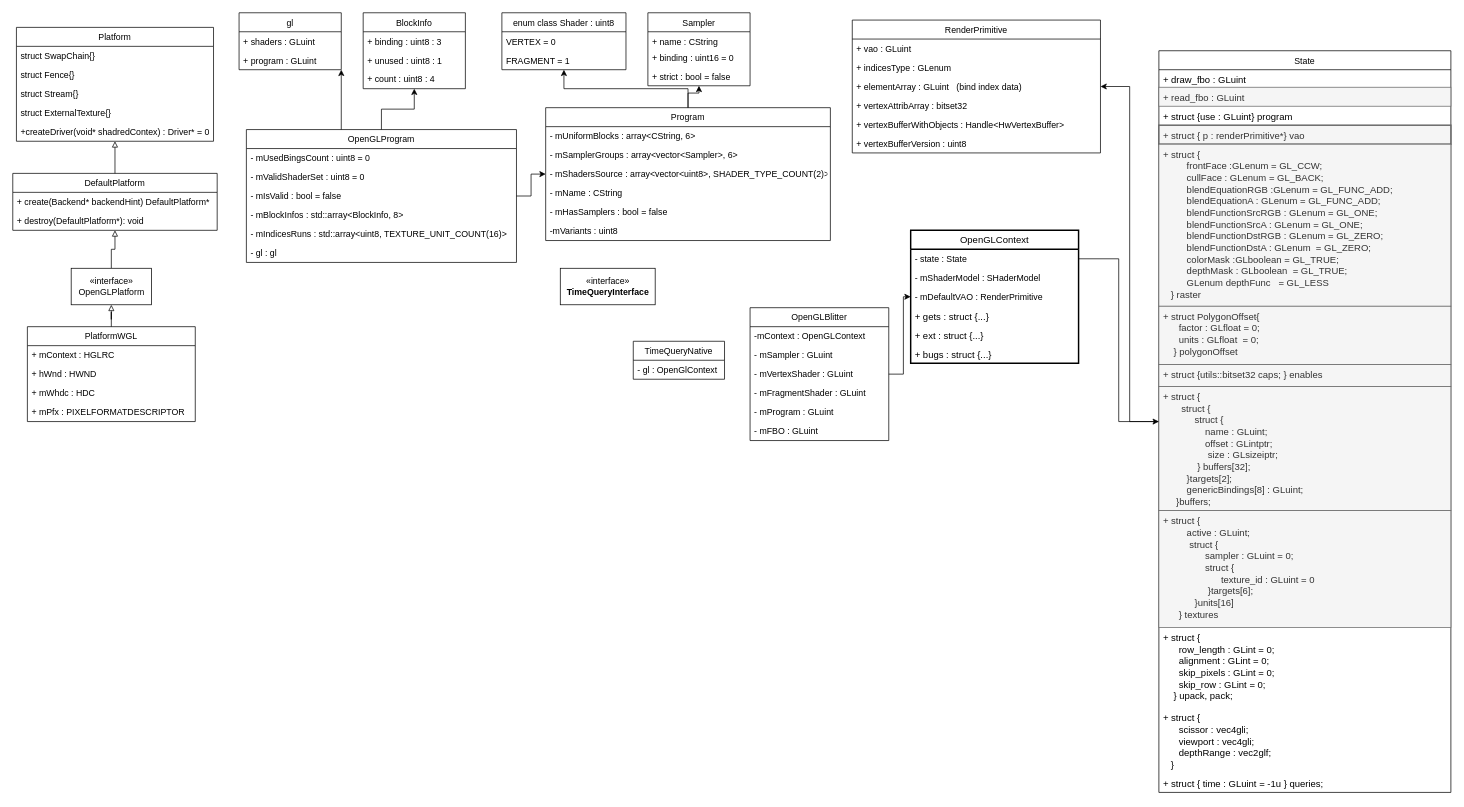
The draw.io diagram UMLGraph/driver.drawio in liangshiweigithub/update, before the edit. Source tidied: cells renumbered, new cells numbered last; positions are measured from the earlier drawing's top-left corner, leaving out a move shared by most shapes. Both pictures are drawn from the tidied source at 73%, with x=0, y=0 at pixel (12, 12).
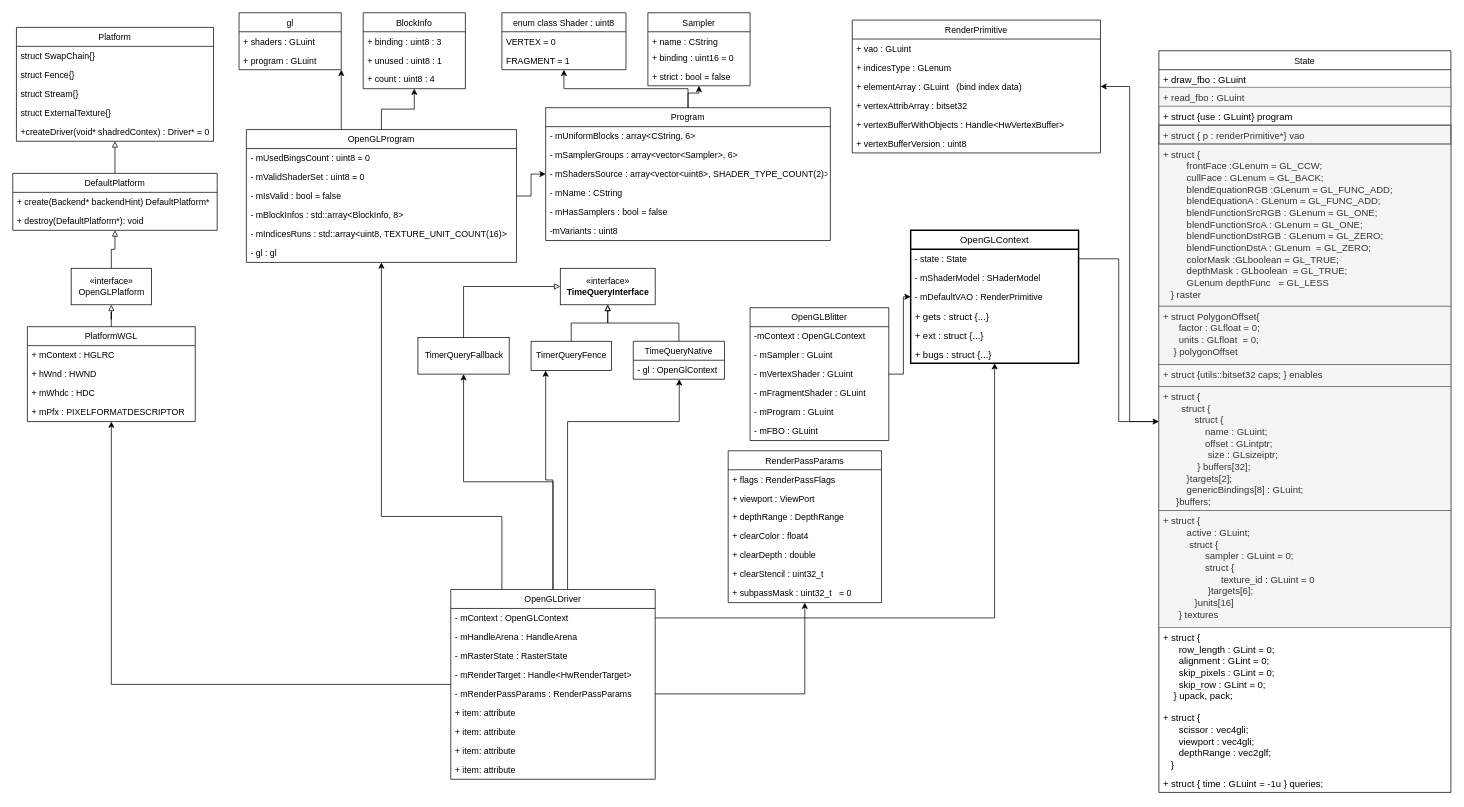
The same page after the edit.

Unchanged cells that the change refers to:
```xml
<mxCell id="15" value="PlatformWGL" style="swimlane;fontStyle=0;horizontal=1;startSize=26;fillColor=none;" parent="1" vertex="1">
  <mxGeometry x="20" y="430" width="230" height="130" as="geometry" />
</mxCell>
<mxCell id="23" value="OpenGLProgram" style="swimlane;fontStyle=0;horizontal=1;startSize=26;fillColor=none;" parent="1" vertex="1">
  <mxGeometry x="320" y="160" width="370" height="182" as="geometry" />
</mxCell>
<mxCell id="74" value="OpenGLContext" style="swimlane;fontStyle=0;horizontal=1;startSize=26;fillColor=none;strokeWidth=2;fontSize=13;" parent="1" vertex="1">
  <mxGeometry x="1230" y="298" width="230" height="182" as="geometry" />
</mxCell>
<mxCell id="90" value="«interface»&lt;br&gt;&lt;b&gt;TimeQueryInterface&lt;/b&gt;" style="html=1;" parent="1" vertex="1">
  <mxGeometry x="750" y="350" width="130" height="50" as="geometry" />
</mxCell>
<mxCell id="91" value="TimeQueryNative" style="swimlane;fontStyle=0;horizontal=1;startSize=26;fillColor=none;" parent="1" vertex="1">
  <mxGeometry x="850" y="450" width="125" height="52" as="geometry" />
</mxCell>
<mxCell id="92" value="- gl : OpenGlContext" style="text;strokeColor=none;fillColor=none;align=left;verticalAlign=top;spacingLeft=4;spacingRight=4;overflow=hidden;points=[[0,0.5],[1,0.5]];portConstraint=eastwest;" parent="91" vertex="1">
  <mxGeometry y="26" width="125" height="26" as="geometry" />
</mxCell>
```

Diff of the diagram source:
```diff
@@
+    <mxCell id="93" style="edgeStyle=orthogonalEdgeStyle;rounded=0;jettySize=auto;html=1;endArrow=block;endFill=0;" parent="1" edge="1" source="91" target="90">
+      <mxGeometry relative="1" as="geometry" />
+    </mxCell>
@@
+    <mxCell id="94" style="edgeStyle=orthogonalEdgeStyle;rounded=0;jettySize=auto;html=1;endArrow=block;endFill=0;" parent="1" edge="1" source="95" target="90">
+      <mxGeometry relative="1" as="geometry" />
+    </mxCell>
+    <mxCell id="95" value="TimerQueryFence" style="html=1;" parent="1" vertex="1">
+      <mxGeometry x="710" y="450" width="110" height="40" as="geometry" />
+    </mxCell>
+    <mxCell id="96" style="edgeStyle=orthogonalEdgeStyle;rounded=0;jettySize=auto;html=1;endArrow=block;endFill=0;" parent="1" edge="1" source="97" target="90">
+      <mxGeometry relative="1" as="geometry">
+        <Array as="points">
+          <mxPoint x="618" y="375" />
+        </Array>
+      </mxGeometry>
+    </mxCell>
+    <mxCell id="97" value="TimerQueryFallback" style="html=1;" parent="1" vertex="1">
+      <mxGeometry x="555" y="445" width="125" height="50" as="geometry" />
+    </mxCell>
+    <mxCell id="98" style="edgeStyle=orthogonalEdgeStyle;rounded=0;jettySize=auto;html=1;endArrow=classic;endFill=1;" parent="1" edge="1" source="105" target="74">
+      <mxGeometry relative="1" as="geometry" />
+    </mxCell>
+    <mxCell id="99" style="edgeStyle=orthogonalEdgeStyle;rounded=0;jettySize=auto;html=1;endArrow=classic;endFill=1;" parent="1" edge="1" source="104" target="92">
+      <mxGeometry relative="1" as="geometry">
+        <Array as="points">
+          <mxPoint x="760" y="560" />
+          <mxPoint x="913" y="560" />
+        </Array>
+      </mxGeometry>
+    </mxCell>
+    <mxCell id="100" style="edgeStyle=orthogonalEdgeStyle;rounded=0;jettySize=auto;html=1;endArrow=classic;endFill=1;exitX=0.25;exitY=0;exitDx=0;exitDy=0;" parent="1" edge="1" source="104" target="23">
+      <mxGeometry relative="1" as="geometry">
+        <Array as="points">
+          <mxPoint x="670" y="690" />
+          <mxPoint x="505" y="690" />
+        </Array>
+      </mxGeometry>
+    </mxCell>
+    <mxCell id="101" style="edgeStyle=orthogonalEdgeStyle;rounded=0;jettySize=auto;html=1;endArrow=classic;endFill=1;" parent="1" edge="1" source="104" target="15">
+      <mxGeometry relative="1" as="geometry" />
+    </mxCell>
+    <mxCell id="102" style="edgeStyle=orthogonalEdgeStyle;rounded=0;jettySize=auto;html=1;endArrow=classic;endFill=1;" parent="1" edge="1" source="104" target="95">
+      <mxGeometry relative="1" as="geometry">
+        <Array as="points">
+          <mxPoint x="740" y="640" />
+          <mxPoint x="730" y="640" />
+        </Array>
+      </mxGeometry>
+    </mxCell>
+    <mxCell id="103" style="edgeStyle=orthogonalEdgeStyle;rounded=0;jettySize=auto;html=1;endArrow=classic;endFill=1;" parent="1" edge="1" source="104" target="97">
+      <mxGeometry relative="1" as="geometry" />
+    </mxCell>
+    <mxCell id="104" value="OpenGLDriver" style="swimlane;fontStyle=0;horizontal=1;startSize=26;fillColor=none;" parent="1" vertex="1">
+      <mxGeometry x="600" y="790" width="280" height="260" as="geometry" />
+    </mxCell>
+    <mxCell id="105" value="- mContext : OpenGLContext" style="text;strokeColor=none;fillColor=none;align=left;verticalAlign=top;spacingLeft=4;spacingRight=4;overflow=hidden;points=[[0,0.5],[1,0.5]];portConstraint=eastwest;" parent="104" vertex="1">
+      <mxGeometry y="26" width="280" height="26" as="geometry" />
+    </mxCell>
+    <mxCell id="106" value="- mHandleArena : HandleArena" style="text;strokeColor=none;fillColor=none;align=left;verticalAlign=top;spacingLeft=4;spacingRight=4;overflow=hidden;" parent="104" vertex="1">
+      <mxGeometry y="52" width="280" height="26" as="geometry" />
+    </mxCell>
+    <mxCell id="107" value="- mRasterState : RasterState" style="text;strokeColor=none;fillColor=none;align=left;verticalAlign=top;spacingLeft=4;spacingRight=4;overflow=hidden;" parent="104" vertex="1">
+      <mxGeometry y="78" width="280" height="26" as="geometry" />
+    </mxCell>
+    <mxCell id="108" value="- mRenderTarget : Handle&lt;HwRenderTarget&gt;" style="text;strokeColor=none;fillColor=none;align=left;verticalAlign=top;spacingLeft=4;spacingRight=4;overflow=hidden;" parent="104" vertex="1">
+      <mxGeometry y="104" width="280" height="26" as="geometry" />
+    </mxCell>
+    <mxCell id="109" value="- mRenderPassParams : RenderPassParams" style="text;strokeColor=none;fillColor=none;align=left;verticalAlign=top;spacingLeft=4;spacingRight=4;overflow=hidden;points=[[0,0.5],[1,0.5]];portConstraint=eastwest;" parent="104" vertex="1">
+      <mxGeometry y="130" width="280" height="26" as="geometry" />
+    </mxCell>
+    <mxCell id="110" value="+ item: attribute" style="text;strokeColor=none;fillColor=none;align=left;verticalAlign=top;spacingLeft=4;spacingRight=4;overflow=hidden;" parent="104" vertex="1">
+      <mxGeometry y="156" width="280" height="26" as="geometry" />
+    </mxCell>
+    <mxCell id="111" value="+ item: attribute" style="text;strokeColor=none;fillColor=none;align=left;verticalAlign=top;spacingLeft=4;spacingRight=4;overflow=hidden;" parent="104" vertex="1">
+      <mxGeometry y="182" width="280" height="26" as="geometry" />
+    </mxCell>
+    <mxCell id="112" value="+ item: attribute" style="text;strokeColor=none;fillColor=none;align=left;verticalAlign=top;spacingLeft=4;spacingRight=4;overflow=hidden;" parent="104" vertex="1">
+      <mxGeometry y="208" width="280" height="26" as="geometry" />
+    </mxCell>
+    <mxCell id="113" value="+ item: attribute" style="text;strokeColor=none;fillColor=none;align=left;verticalAlign=top;spacingLeft=4;spacingRight=4;overflow=hidden;" parent="104" vertex="1">
+      <mxGeometry y="234" width="280" height="26" as="geometry" />
+    </mxCell>
+    <mxCell id="114" value="RenderPassParams" style="swimlane;fontStyle=0;horizontal=1;startSize=26;fillColor=none;" parent="1" vertex="1">
+      <mxGeometry x="980" y="600" width="210" height="208" as="geometry" />
+    </mxCell>
+    <mxCell id="115" value="+ flags : RenderPassFlags" style="text;strokeColor=none;fillColor=none;align=left;verticalAlign=top;spacingLeft=4;spacingRight=4;overflow=hidden;" parent="114" vertex="1">
+      <mxGeometry y="26" width="210" height="26" as="geometry" />
+    </mxCell>
+    <mxCell id="116" value="+ viewport : ViewPort" style="text;strokeColor=none;fillColor=none;align=left;verticalAlign=top;spacingLeft=4;spacingRight=4;overflow=hidden;" parent="114" vertex="1">
+      <mxGeometry y="52" width="210" height="26" as="geometry" />
+    </mxCell>
+    <mxCell id="117" value="+ depthRange : DepthRange" style="text;strokeColor=none;fillColor=none;align=left;verticalAlign=top;spacingLeft=4;spacingRight=4;overflow=hidden;" parent="114" vertex="1">
+      <mxGeometry y="78" width="210" height="26" as="geometry" />
+    </mxCell>
+    <mxCell id="118" value="+ clearColor : float4" style="text;strokeColor=none;fillColor=none;align=left;verticalAlign=top;spacingLeft=4;spacingRight=4;overflow=hidden;" parent="114" vertex="1">
+      <mxGeometry y="104" width="210" height="26" as="geometry" />
+    </mxCell>
+    <mxCell id="119" value="+ clearDepth : double" style="text;strokeColor=none;fillColor=none;align=left;verticalAlign=top;spacingLeft=4;spacingRight=4;overflow=hidden;" parent="114" vertex="1">
+      <mxGeometry y="130" width="210" height="26" as="geometry" />
+    </mxCell>
+    <mxCell id="120" value="+ clearStencil : uint32_t" style="text;strokeColor=none;fillColor=none;align=left;verticalAlign=top;spacingLeft=4;spacingRight=4;overflow=hidden;" parent="114" vertex="1">
+      <mxGeometry y="156" width="210" height="26" as="geometry" />
+    </mxCell>
+    <mxCell id="121" value="+ subpassMask : uint32_t   = 0" style="text;strokeColor=none;fillColor=none;align=left;verticalAlign=top;spacingLeft=4;spacingRight=4;overflow=hidden;" parent="114" vertex="1">
+      <mxGeometry y="182" width="210" height="26" as="geometry" />
+    </mxCell>
+    <mxCell id="122" style="edgeStyle=orthogonalEdgeStyle;rounded=0;jettySize=auto;html=1;endArrow=classic;endFill=1;" parent="1" edge="1" source="109" target="114">
+      <mxGeometry relative="1" as="geometry" />
+    </mxCell>
```
